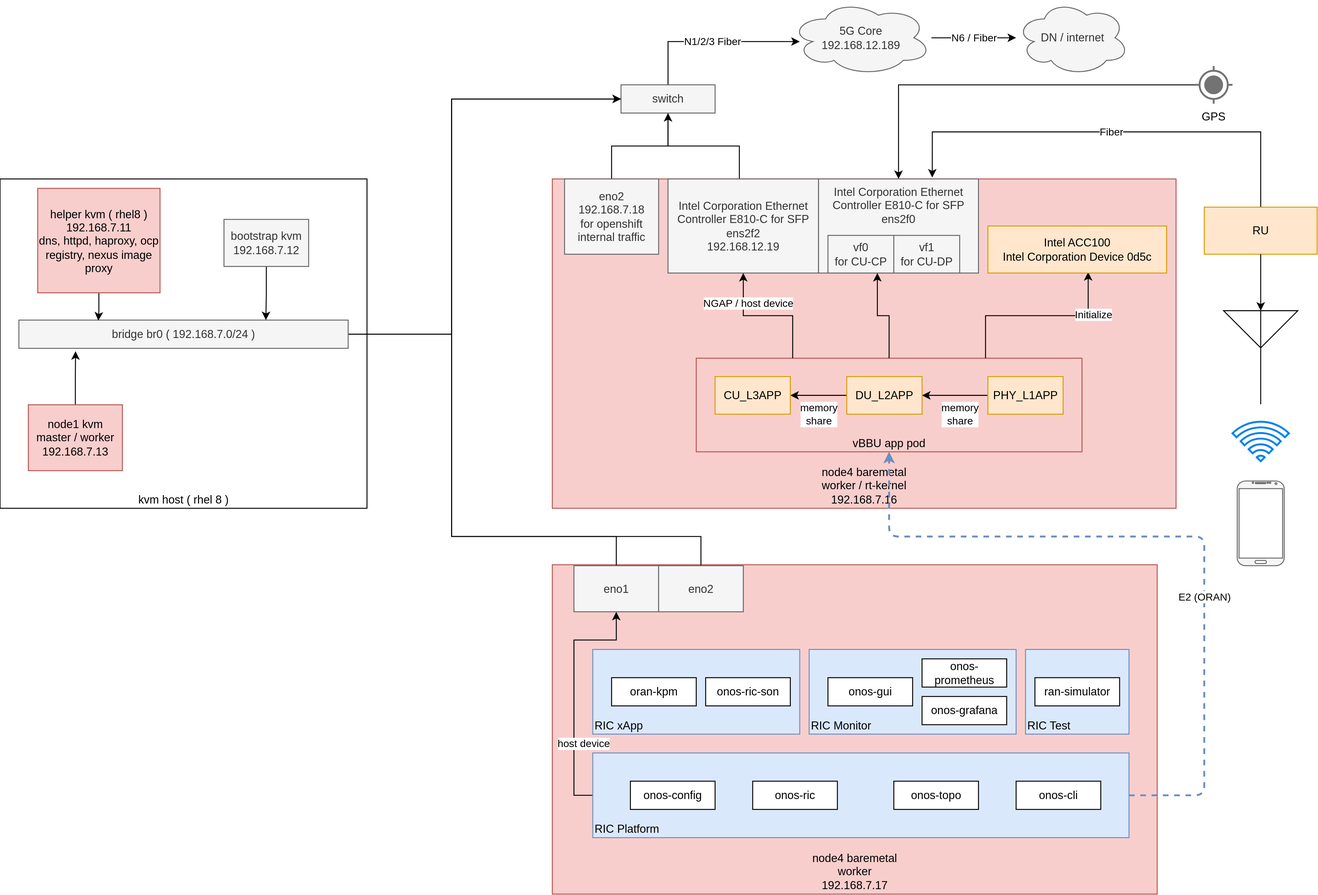
Earlier version of the draw.io export redhat/ocp4/4.10/dia/4.9.real-time.kernel.drawio.svg (wangzheng422/docker_env). Source tidied: cells renumbered, new cells last; positions are measured from the earlier drawing's top-left corner, leaving out a move shared by most shapes.
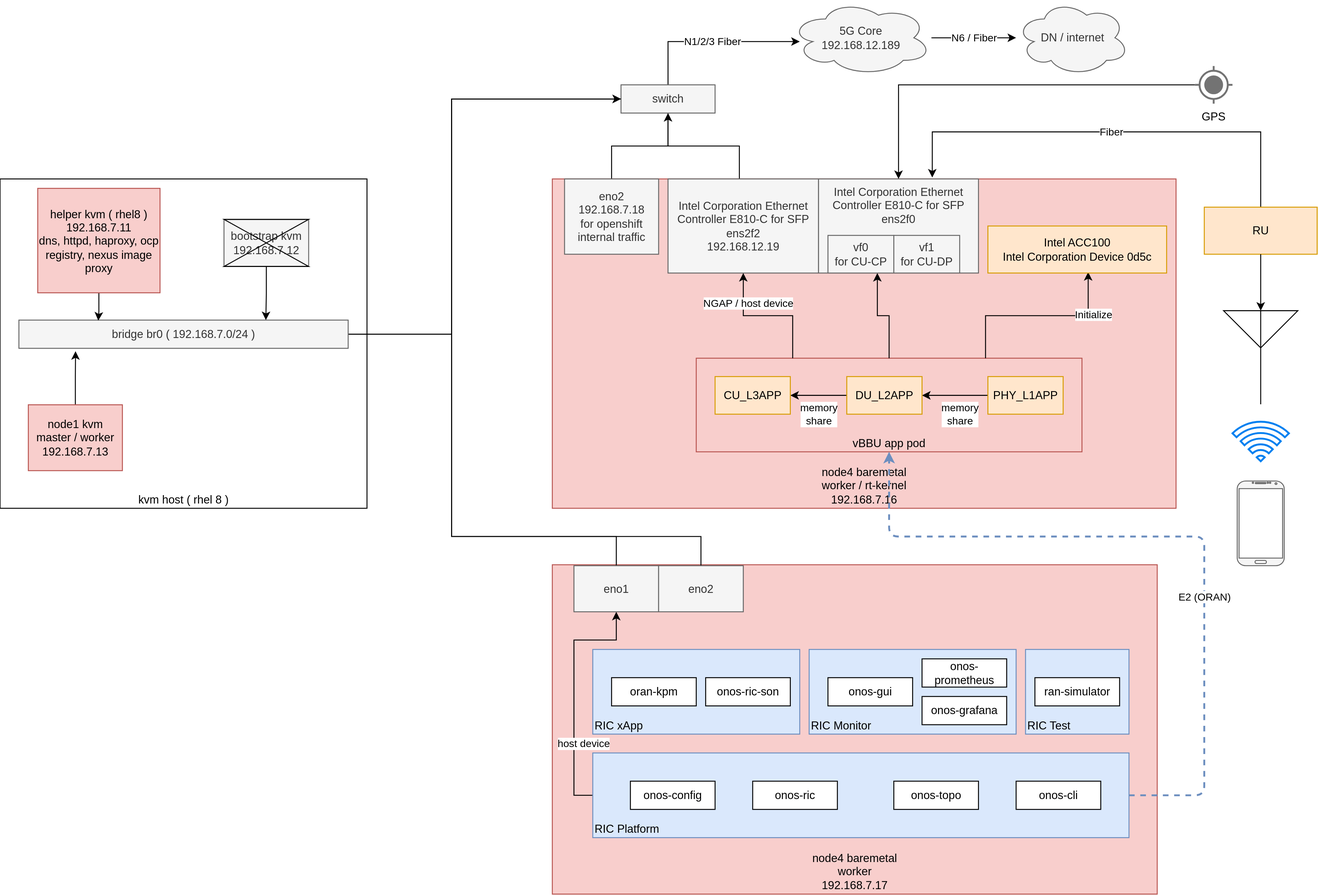
The same diagram one commit later.

Change to the diagram source:
```diff
@@ -239,5 +239,8 @@
     <mxCell id="63" value="vf1&lt;br&gt;for CU-DP" style="rounded=0;whiteSpace=wrap;html=1;fillColor=#f5f5f5;strokeColor=#666666;fontColor=#333333;" parent="16" vertex="1">
       <mxGeometry x="950" y="250" width="70" height="40" as="geometry" />
     </mxCell>
+    <mxCell id="64" style="shape=collate;whiteSpace=wrap;html=1;fillColor=none;" parent="16" vertex="1">
+      <mxGeometry x="238" y="233" width="90" height="50" as="geometry" />
+    </mxCell>
   </root>
 </mxGraphModel>
```
